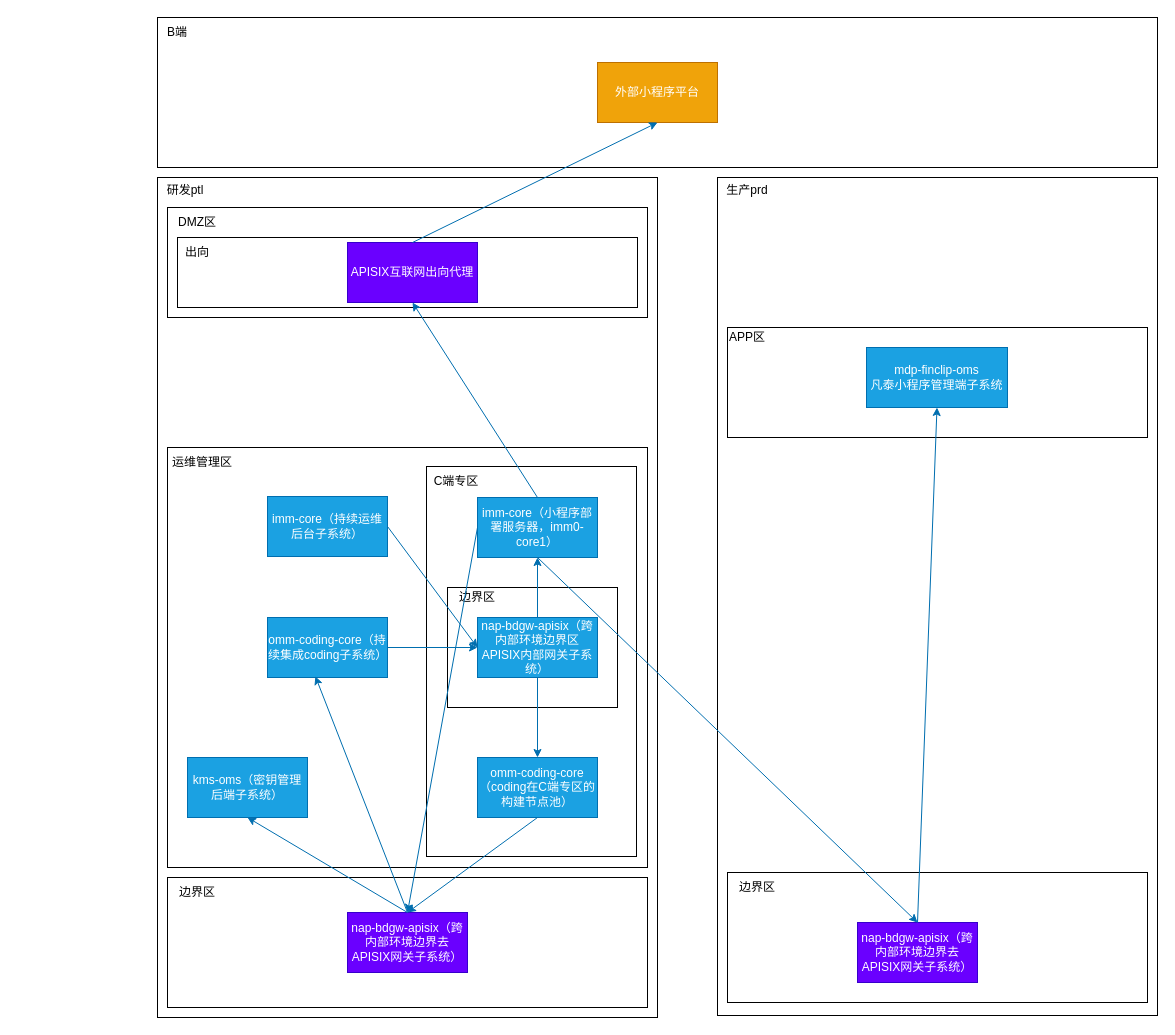
Before: 小程序发布部署架构图-生产无C端专区.drawio in lao-chengyong/-, a draw.io diagram. Source tidied: cells renumbered, new cells numbered last; positions are measured from the earlier drawing's top-left corner, leaving out a move shared by most shapes. Both pictures are drawn from the tidied source at 100%, with x=0, y=0 at pixel (147, 17).
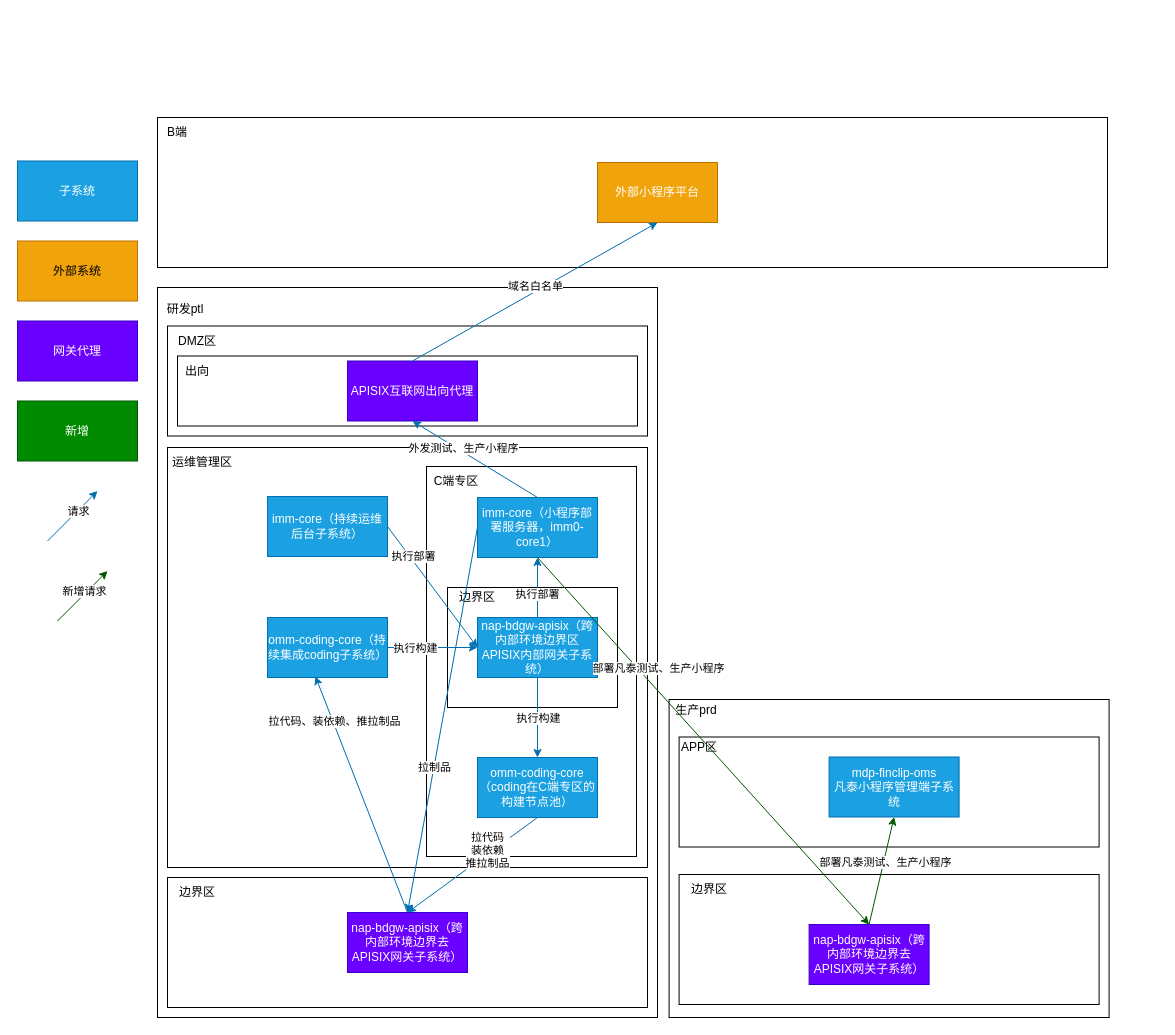
The same diagram, later.

Commit message:
更新小程序发布部署架构图-生产无C端专区.drawio

Unchanged cells that the change refers to:
```xml
<mxCell id="8" value="nap-bdgw-apisix（跨内部环境边界去APISIX网关子系统）" style="rounded=0;whiteSpace=wrap;html=1;fillColor=#6a00ff;fontColor=#ffffff;strokeColor=#3700CC;" parent="1" vertex="1">
  <mxGeometry x="200" y="895" width="120" height="60" as="geometry" />
</mxCell>
<mxCell id="13" value="imm-core（小程序部署服务器，imm0-core1）" style="rounded=0;whiteSpace=wrap;html=1;fillColor=#1ba1e2;fontColor=#ffffff;strokeColor=#006EAF;" parent="1" vertex="1">
  <mxGeometry x="330" y="480" width="120" height="60" as="geometry" />
</mxCell>
<mxCell id="31" style="endArrow=classic;html=1;rounded=0;exitX=0.5;exitY=0;exitDx=0;exitDy=0;entryX=0.399;entryY=0.981;entryDx=0;entryDy=0;fillColor=#1ba1e2;strokeColor=#006EAF;entryPerimeter=0;" parent="1" edge="1" source="8" target="10">
  <mxGeometry relative="1" as="geometry" />
</mxCell>
<mxCell id="32" style="endArrow=classic;html=1;rounded=0;exitX=0.5;exitY=1;exitDx=0;exitDy=0;fillColor=#1ba1e2;strokeColor=#006EAF;entryX=0.5;entryY=0;entryDx=0;entryDy=0;" parent="1" edge="1" source="14" target="8">
  <mxGeometry relative="1" as="geometry" />
</mxCell>
<mxCell id="36" style="endArrow=classic;html=1;rounded=0;exitX=0.5;exitY=1;exitDx=0;exitDy=0;fillColor=#1ba1e2;strokeColor=#006EAF;" parent="1" edge="1" source="34" target="14">
  <mxGeometry relative="1" as="geometry" />
</mxCell>
<mxCell id="37" style="endArrow=classic;html=1;rounded=0;exitX=0.5;exitY=0;exitDx=0;exitDy=0;fillColor=#1ba1e2;strokeColor=#006EAF;entryX=0.5;entryY=1;entryDx=0;entryDy=0;" parent="1" edge="1" source="34" target="13">
  <mxGeometry relative="1" as="geometry" />
</mxCell>
<mxCell id="38" style="endArrow=classic;html=1;rounded=0;exitX=0;exitY=0.5;exitDx=0;exitDy=0;fillColor=#1ba1e2;strokeColor=#006EAF;entryX=0.5;entryY=0;entryDx=0;entryDy=0;" parent="1" edge="1" source="13" target="8">
  <mxGeometry relative="1" as="geometry" />
</mxCell>
<mxCell id="39" style="endArrow=classic;html=1;rounded=0;exitX=1;exitY=0.5;exitDx=0;exitDy=0;fillColor=#1ba1e2;strokeColor=#006EAF;entryX=0;entryY=0.5;entryDx=0;entryDy=0;" parent="1" edge="1" source="11" target="34">
  <mxGeometry relative="1" as="geometry" />
</mxCell>
<mxCell id="40" style="endArrow=classic;html=1;rounded=0;exitX=1;exitY=0.5;exitDx=0;exitDy=0;fillColor=#1ba1e2;strokeColor=#006EAF;entryX=0;entryY=0.5;entryDx=0;entryDy=0;" parent="1" edge="1" source="10" target="34">
  <mxGeometry relative="1" as="geometry" />
</mxCell>
<mxCell id="41" style="endArrow=classic;html=1;rounded=0;exitX=0.5;exitY=0;exitDx=0;exitDy=0;fillColor=#1ba1e2;strokeColor=#006EAF;entryX=0.5;entryY=1;entryDx=0;entryDy=0;" parent="1" edge="1" source="13" target="23">
  <mxGeometry relative="1" as="geometry" />
</mxCell>
<mxCell id="42" style="endArrow=classic;html=1;rounded=0;exitX=0.5;exitY=0;exitDx=0;exitDy=0;fillColor=#1ba1e2;strokeColor=#006EAF;entryX=0.5;entryY=1;entryDx=0;entryDy=0;" parent="1" edge="1" source="23" target="29">
  <mxGeometry relative="1" as="geometry" />
</mxCell>
```

Diff of the diagram source:
```diff
@@
     <mxCell id="2" style="rounded=0;whiteSpace=wrap;html=1;" parent="1" vertex="1">
-      <mxGeometry x="10" y="160" width="500" height="840" as="geometry" />
+      <mxGeometry x="10" y="270" width="500" height="730" as="geometry" />
     </mxCell>
@@
-    <mxCell id="9" value="kms-oms（密钥管理后端子系统）" style="rounded=0;whiteSpace=wrap;html=1;fillColor=#1ba1e2;fontColor=#ffffff;strokeColor=#006EAF;" parent="1" vertex="1">
-      <mxGeometry x="40" y="740" width="120" height="60" as="geometry" />
-    </mxCell>
@@
     <mxCell id="16" style="rounded=0;whiteSpace=wrap;html=1;" parent="1" vertex="1">
-      <mxGeometry x="20" y="190" width="480" height="110" as="geometry" />
+      <mxGeometry x="20" y="308.5" width="480" height="110" as="geometry" />
     </mxCell>
     <mxCell id="17" value="DMZ区" style="text;html=1;strokeColor=none;fillColor=none;align=center;verticalAlign=middle;whiteSpace=wrap;rounded=0;" parent="1" vertex="1">
-      <mxGeometry x="20" y="190" width="60" height="30" as="geometry" />
+      <mxGeometry x="20" y="308.5" width="60" height="30" as="geometry" />
     </mxCell>
     <mxCell id="18" style="rounded=0;whiteSpace=wrap;html=1;" parent="1" vertex="1">
-      <mxGeometry x="30" y="220" width="460" height="70" as="geometry" />
+      <mxGeometry x="30" y="338.5" width="460" height="70" as="geometry" />
     </mxCell>
     <mxCell id="19" value="出向" style="text;html=1;strokeColor=none;fillColor=none;align=center;verticalAlign=middle;whiteSpace=wrap;rounded=0;" parent="1" vertex="1">
-      <mxGeometry x="20" y="220" width="60" height="30" as="geometry" />
+      <mxGeometry x="20" y="338.5" width="60" height="30" as="geometry" />
     </mxCell>
     <mxCell id="20" value="研发ptl" style="text;html=1;strokeColor=none;fillColor=none;align=center;verticalAlign=middle;whiteSpace=wrap;rounded=0;" parent="1" vertex="1">
-      <mxGeometry x="8" y="158" width="60" height="30" as="geometry" />
+      <mxGeometry x="8" y="276.5" width="60" height="30" as="geometry" />
     </mxCell>
     <mxCell id="21" style="rounded=0;whiteSpace=wrap;html=1;" parent="1" vertex="1">
-      <mxGeometry x="570" y="160" width="440" height="838" as="geometry" />
+      <mxGeometry x="521.6" y="682" width="440" height="318" as="geometry" />
     </mxCell>
     <mxCell id="22" value="生产prd" style="text;html=1;strokeColor=none;fillColor=none;align=center;verticalAlign=middle;whiteSpace=wrap;rounded=0;" parent="1" vertex="1">
-      <mxGeometry x="570" y="158" width="60" height="30" as="geometry" />
+      <mxGeometry x="518.6" y="678" width="60" height="30" as="geometry" />
     </mxCell>
     <mxCell id="23" value="APISIX互联网出向代理" style="rounded=0;whiteSpace=wrap;html=1;fillColor=#6a00ff;fontColor=#ffffff;strokeColor=#3700CC;" parent="1" vertex="1">
-      <mxGeometry x="200" y="225" width="130" height="60" as="geometry" />
+      <mxGeometry x="200" y="343.5" width="130" height="60" as="geometry" />
     </mxCell>
     <mxCell id="24" style="rounded=0;whiteSpace=wrap;html=1;" parent="1" vertex="1">
-      <mxGeometry x="580" y="310" width="420" height="110" as="geometry" />
+      <mxGeometry x="531.6" y="719.5" width="420" height="110" as="geometry" />
     </mxCell>
     <mxCell id="25" value="APP区" style="text;html=1;strokeColor=none;fillColor=none;align=center;verticalAlign=middle;whiteSpace=wrap;rounded=0;" parent="1" vertex="1">
-      <mxGeometry x="570" y="305" width="60" height="30" as="geometry" />
+      <mxGeometry x="521.6" y="714.5" width="60" height="30" as="geometry" />
     </mxCell>
     <mxCell id="26" value="mdp-finclip-oms&lt;br&gt;凡泰小程序管理端子系统" style="rounded=0;whiteSpace=wrap;html=1;fillColor=#1ba1e2;fontColor=#ffffff;strokeColor=#006EAF;" parent="1" vertex="1">
-      <mxGeometry x="719" y="330" width="141" height="60" as="geometry" />
+      <mxGeometry x="681.6" y="739.5" width="130" height="60" as="geometry" />
     </mxCell>
     <mxCell id="27" style="rounded=0;whiteSpace=wrap;html=1;" parent="1" vertex="1">
-      <mxGeometry x="10" width="1000" height="150" as="geometry" />
+      <mxGeometry x="10" y="100" width="950" height="150" as="geometry" />
     </mxCell>
     <mxCell id="28" value="B端" style="text;html=1;strokeColor=none;fillColor=none;align=center;verticalAlign=middle;whiteSpace=wrap;rounded=0;" parent="1" vertex="1">
-      <mxGeometry width="60" height="30" as="geometry" />
+      <mxGeometry y="100" width="60" height="30" as="geometry" />
     </mxCell>
     <mxCell id="29" value="外部小程序平台" style="rounded=0;whiteSpace=wrap;html=1;fillColor=#f0a30a;fontColor=#FFFFFF;strokeColor=#BD7000;" parent="1" vertex="1">
-      <mxGeometry x="450" y="45" width="120" height="60" as="geometry" />
+      <mxGeometry x="450" y="145" width="120" height="60" as="geometry" />
     </mxCell>
-    <mxCell id="30" style="endArrow=classic;html=1;rounded=0;exitX=0.5;exitY=0;exitDx=0;exitDy=0;entryX=0.5;entryY=1;entryDx=0;entryDy=0;fillColor=#1ba1e2;strokeColor=#006EAF;" parent="1" edge="1" source="8" target="9">
-      <mxGeometry relative="1" as="geometry" />
-    </mxCell>
@@
+    <mxCell id="48" value="拉代码、装依赖、推拉制品" style="edgeLabel;html=1;align=center;verticalAlign=middle;" parent="31" vertex="1">
+      <mxGeometry x="0.62" y="-1" relative="1" as="geometry" />
+    </mxCell>
@@
+    <mxCell id="49" value="拉代码&lt;br&gt;装依赖&lt;br&gt;推拉制品" style="edgeLabel;html=1;align=center;verticalAlign=middle;" parent="32" vertex="1">
+      <mxGeometry x="-0.25" y="-4" relative="1" as="geometry" />
+    </mxCell>
@@
+    <mxCell id="50" value="执行构建" style="edgeLabel;html=1;align=center;verticalAlign=middle;" parent="36" vertex="1">
+      <mxGeometry x="0.01" relative="1" as="geometry" />
+    </mxCell>
@@
+    <mxCell id="51" value="执行部署" style="edgeLabel;html=1;align=center;verticalAlign=middle;" parent="37" vertex="1">
+      <mxGeometry x="-0.19" y="1" relative="1" as="geometry" />
+    </mxCell>
@@
+    <mxCell id="52" value="拉制品" style="edgeLabel;html=1;align=center;verticalAlign=middle;" parent="38" vertex="1">
+      <mxGeometry x="0.24" relative="1" as="geometry" />
+    </mxCell>
@@
+    <mxCell id="53" value="执行部署" style="edgeLabel;html=1;align=center;verticalAlign=middle;" parent="39" vertex="1">
+      <mxGeometry x="-0.48" y="3" relative="1" as="geometry" />
+    </mxCell>
@@
+    <mxCell id="54" value="执行构建" style="edgeLabel;html=1;align=center;verticalAlign=middle;" parent="40" vertex="1">
+      <mxGeometry x="-0.39" relative="1" as="geometry" />
+    </mxCell>
@@
+    <mxCell id="55" value="外发测试、生产小程序" style="edgeLabel;html=1;align=center;verticalAlign=middle;" parent="41" vertex="1">
+      <mxGeometry x="0.21" y="-3" relative="1" as="geometry" />
+    </mxCell>
@@
+    <mxCell id="56" value="域名白名单" style="edgeLabel;html=1;align=center;verticalAlign=middle;" parent="42" vertex="1">
+      <mxGeometry x="0.02" y="5" relative="1" as="geometry" />
+    </mxCell>
     <mxCell id="43" style="rounded=0;whiteSpace=wrap;html=1;" parent="1" vertex="1">
-      <mxGeometry x="580" y="855" width="420" height="130" as="geometry" />
+      <mxGeometry x="531.6" y="857" width="420" height="130" as="geometry" />
     </mxCell>
     <mxCell id="44" value="nap-bdgw-apisix（跨内部环境边界去APISIX网关子系统）" style="rounded=0;whiteSpace=wrap;html=1;fillColor=#6a00ff;fontColor=#ffffff;strokeColor=#3700CC;" parent="1" vertex="1">
-      <mxGeometry x="710" y="905" width="120" height="60" as="geometry" />
+      <mxGeometry x="661.6" y="907" width="120" height="60" as="geometry" />
     </mxCell>
     <mxCell id="45" value="边界区" style="text;html=1;strokeColor=none;fillColor=none;align=center;verticalAlign=middle;whiteSpace=wrap;rounded=0;" parent="1" vertex="1">
-      <mxGeometry x="580" y="855" width="60" height="30" as="geometry" />
+      <mxGeometry x="531.6" y="857" width="60" height="30" as="geometry" />
     </mxCell>
-    <mxCell id="46" style="endArrow=classic;html=1;rounded=0;exitX=0.5;exitY=1;exitDx=0;exitDy=0;fillColor=#1ba1e2;strokeColor=#006EAF;entryX=0.5;entryY=0;entryDx=0;entryDy=0;" parent="1" edge="1" source="13" target="44">
+    <mxCell id="46" style="endArrow=classic;html=1;rounded=0;exitX=0.5;exitY=1;exitDx=0;exitDy=0;fillColor=#008a00;strokeColor=#005700;entryX=0.5;entryY=0;entryDx=0;entryDy=0;" parent="1" edge="1" source="13" target="44">
       <mxGeometry relative="1" as="geometry" />
     </mxCell>
+    <mxCell id="57" value="部署凡泰测试、生产小程序" style="edgeLabel;html=1;align=center;verticalAlign=middle;" parent="46" vertex="1">
+      <mxGeometry x="-0.14" y="-1" relative="1" as="geometry">
+        <mxPoint x="-22" y="-48" as="offset" />
+      </mxGeometry>
+    </mxCell>
-    <mxCell id="47" style="endArrow=classic;html=1;rounded=0;exitX=0.5;exitY=0;exitDx=0;exitDy=0;fillColor=#1ba1e2;strokeColor=#006EAF;entryX=0.5;entryY=1;entryDx=0;entryDy=0;" parent="1" edge="1" source="44" target="26">
+    <mxCell id="47" style="endArrow=classic;html=1;rounded=0;exitX=0.5;exitY=0;exitDx=0;exitDy=0;fillColor=#008a00;strokeColor=#005700;entryX=0.5;entryY=1;entryDx=0;entryDy=0;" parent="1" edge="1" source="44" target="26">
       <mxGeometry relative="1" as="geometry" />
     </mxCell>
+    <mxCell id="58" value="部署凡泰测试、生产小程序" style="edgeLabel;html=1;align=center;verticalAlign=middle;" parent="47" vertex="1">
+      <mxGeometry x="0.16" y="-1" relative="1" as="geometry" />
+    </mxCell>
+    <mxCell id="59" value="子系统" style="rounded=0;whiteSpace=wrap;html=1;fillColor=#1ba1e2;fontColor=#ffffff;strokeColor=#006EAF;" parent="1" vertex="1">
+      <mxGeometry x="-130" y="143.5" width="120" height="60" as="geometry" />
+    </mxCell>
+    <mxCell id="60" value="外部系统" style="rounded=0;whiteSpace=wrap;html=1;fillColor=#f0a30a;fontColor=#000000;strokeColor=#BD7000;" parent="1" vertex="1">
+      <mxGeometry x="-130" y="223.5" width="120" height="60" as="geometry" />
+    </mxCell>
+    <mxCell id="61" value="网关代理" style="rounded=0;whiteSpace=wrap;html=1;fillColor=#6a00ff;fontColor=#ffffff;strokeColor=#3700CC;" parent="1" vertex="1">
+      <mxGeometry x="-130" y="303.5" width="120" height="60" as="geometry" />
+    </mxCell>
+    <mxCell id="62" value="新增" style="rounded=0;whiteSpace=wrap;html=1;fillColor=#008a00;fontColor=#ffffff;strokeColor=#005700;" parent="1" vertex="1">
+      <mxGeometry x="-130" y="383.5" width="120" height="60" as="geometry" />
+    </mxCell>
+    <mxCell id="63" style="endArrow=classic;html=1;rounded=0;fillColor=#1ba1e2;strokeColor=#006EAF;" parent="1" edge="1">
+      <mxGeometry relative="1" as="geometry">
+        <mxPoint x="-100" y="523.5" as="sourcePoint" />
+        <mxPoint x="-50" y="473.5" as="targetPoint" />
+      </mxGeometry>
+    </mxCell>
+    <mxCell id="64" value="请求" style="edgeLabel;html=1;align=center;verticalAlign=middle;" parent="63" vertex="1">
+      <mxGeometry x="-0.14" y="10" relative="1" as="geometry">
+        <mxPoint x="16" y="-2" as="offset" />
+      </mxGeometry>
+    </mxCell>
+    <mxCell id="65" style="endArrow=classic;html=1;rounded=0;fillColor=#008a00;strokeColor=#005700;" parent="1" edge="1">
+      <mxGeometry relative="1" as="geometry">
+        <mxPoint x="-90" y="603.5" as="sourcePoint" />
+        <mxPoint x="-40" y="553.5" as="targetPoint" />
+      </mxGeometry>
+    </mxCell>
+    <mxCell id="66" value="新增请求" style="edgeLabel;html=1;align=center;verticalAlign=middle;" parent="65" vertex="1">
+      <mxGeometry x="-0.14" y="-6" relative="1" as="geometry">
+        <mxPoint x="1" y="-13" as="offset" />
+      </mxGeometry>
+    </mxCell>
```
